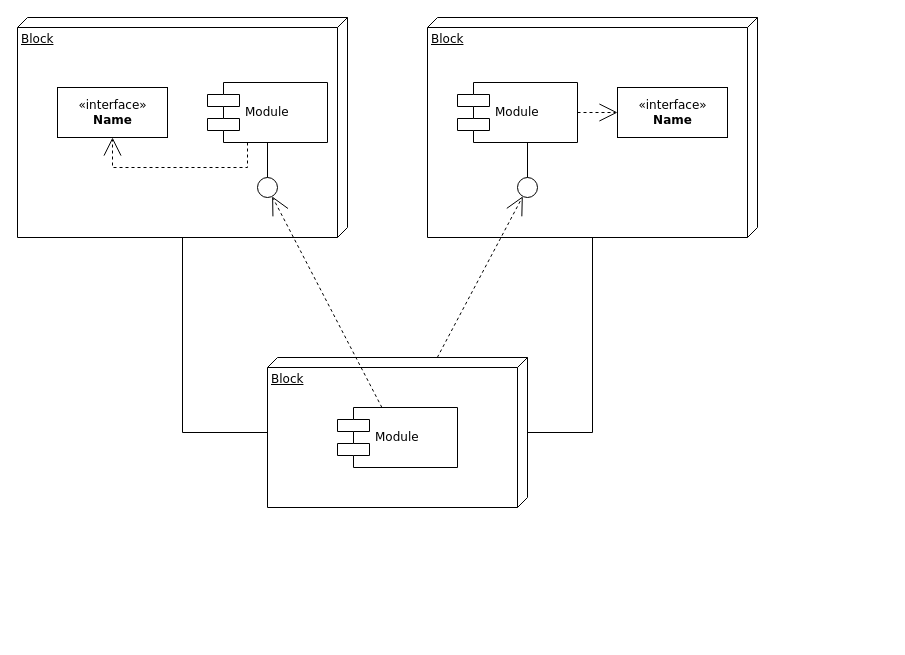
Before: Untitled Diagram.drawio in a-panda-rar/hello-world, a draw.io diagram. Source tidied: cells renumbered, new cells numbered last; positions are measured from the earlier drawing's top-left corner, leaving out a move shared by most shapes. Both pictures are drawn from the tidied source at 100%, with x=0, y=0 at pixel (17, 17).
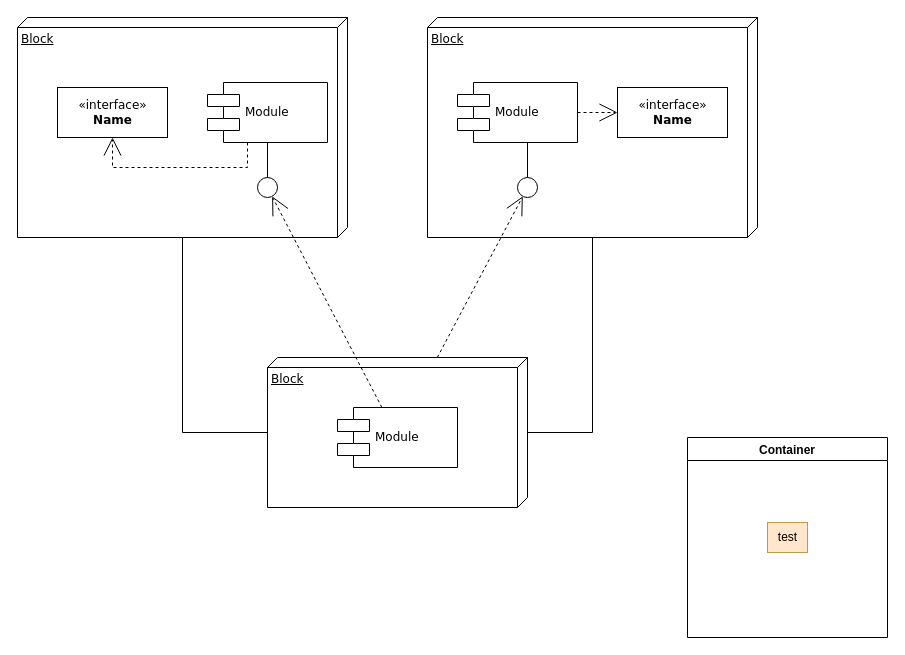
The same diagram, later.

What changed in the source:
```diff
@@
+    <mxCell id="20" value="Container" style="swimlane;" parent="1" vertex="1">
+      <mxGeometry x="670" y="420" width="200" height="200" as="geometry" />
+    </mxCell>
+    <mxCell id="21" value="test" style="text;html=1;align=center;verticalAlign=middle;strokeColor=#d79b00;fillColor=#ffe6cc;" parent="20" vertex="1">
+      <mxGeometry x="80" y="85" width="40" height="30" as="geometry" />
+    </mxCell>
```
